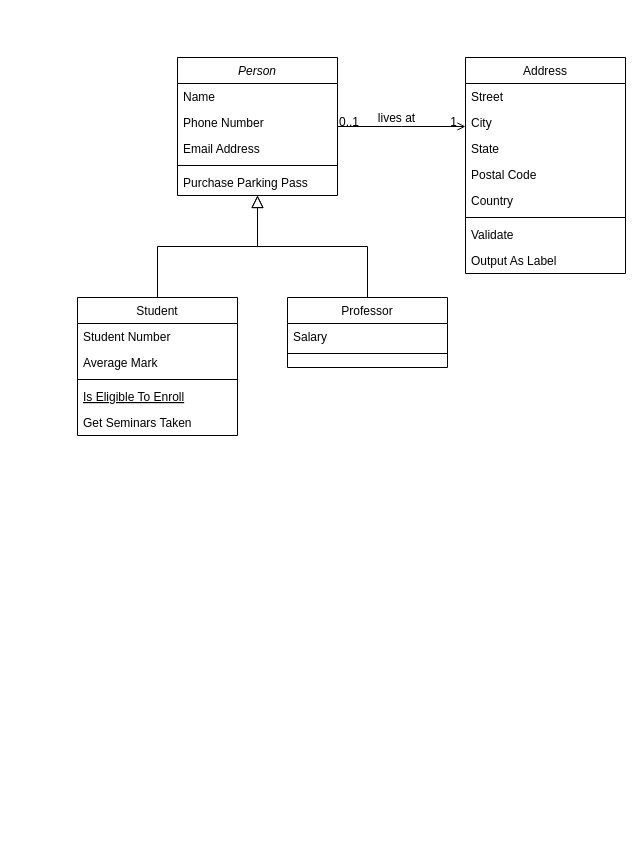
Earlier version of the draw.io diagram Untitled Diagram.drawio (p-schlickmann/hospital). Source tidied: cells renumbered, new cells numbered last; positions are measured from the earlier drawing's top-left corner, leaving out a move shared by most shapes. Both pictures are drawn from the tidied source at 100%, with x=0, y=0 at pixel (77, 57).
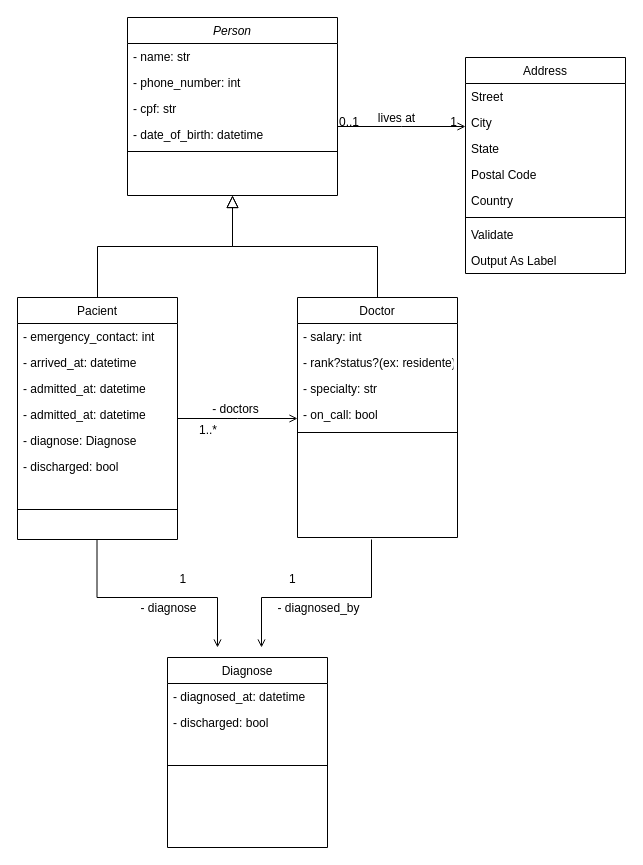
After the change.

Change to the diagram source:
```diff
@@
     <mxCell id="2" value="Person" style="swimlane;fontStyle=2;align=center;verticalAlign=top;horizontal=1;startSize=26;rounded=0;shadow=0;strokeWidth=1;" parent="1" vertex="1">
-      <mxGeometry x="100" width="160" height="138" as="geometry" />
+      <mxGeometry x="50" y="-40" width="210" height="178" as="geometry" />
     </mxCell>
-    <mxCell id="3" value="Name" style="text;align=left;verticalAlign=top;spacingLeft=4;spacingRight=4;overflow=hidden;" parent="2" vertex="1">
-      <mxGeometry y="26" width="160" height="26" as="geometry" />
+    <mxCell id="3" value="- name: str&#10;" style="text;align=left;verticalAlign=top;spacingLeft=4;spacingRight=4;overflow=hidden;" parent="2" vertex="1">
+      <mxGeometry y="26" width="210" height="26" as="geometry" />
     </mxCell>
-    <mxCell id="4" value="Phone Number" style="text;align=left;verticalAlign=top;spacingLeft=4;spacingRight=4;overflow=hidden;rounded=0;shadow=0;html=0;" parent="2" vertex="1">
-      <mxGeometry y="52" width="160" height="26" as="geometry" />
+    <mxCell id="4" value="- phone_number: int" style="text;align=left;verticalAlign=top;spacingLeft=4;spacingRight=4;overflow=hidden;rounded=0;shadow=0;html=0;" parent="2" vertex="1">
+      <mxGeometry y="52" width="210" height="26" as="geometry" />
     </mxCell>
-    <mxCell id="5" value="Email Address" style="text;align=left;verticalAlign=top;spacingLeft=4;spacingRight=4;overflow=hidden;rounded=0;shadow=0;html=0;" parent="2" vertex="1">
-      <mxGeometry y="78" width="160" height="26" as="geometry" />
+    <mxCell id="5" value="- cpf: str&#10;" style="text;align=left;verticalAlign=top;spacingLeft=4;spacingRight=4;overflow=hidden;rounded=0;shadow=0;html=0;" parent="2" vertex="1">
+      <mxGeometry y="78" width="210" height="26" as="geometry" />
     </mxCell>
+    <mxCell id="32" value="- date_of_birth: datetime&#10;" style="text;align=left;verticalAlign=top;spacingLeft=4;spacingRight=4;overflow=hidden;rounded=0;shadow=0;html=0;" parent="2" vertex="1">
+      <mxGeometry y="104" width="210" height="26" as="geometry" />
+    </mxCell>
     <mxCell id="6" style="line;html=1;strokeWidth=1;align=left;verticalAlign=middle;spacingTop=-1;spacingLeft=3;spacingRight=3;labelPosition=right;" parent="2" vertex="1">
-      <mxGeometry y="104" width="160" height="8" as="geometry" />
+      <mxGeometry y="130" width="210" height="8" as="geometry" />
     </mxCell>
-    <mxCell id="7" value="Purchase Parking Pass" style="text;align=left;verticalAlign=top;spacingLeft=4;spacingRight=4;overflow=hidden;" parent="2" vertex="1">
-      <mxGeometry y="112" width="160" height="26" as="geometry" />
-    </mxCell>
-    <mxCell id="8" value="Student" style="swimlane;fontStyle=0;align=center;verticalAlign=top;horizontal=1;startSize=26;rounded=0;shadow=0;strokeWidth=1;" parent="1" vertex="1">
-      <mxGeometry y="240" width="160" height="138" as="geometry" />
+    <mxCell id="8" value="Pacient" style="swimlane;fontStyle=0;align=center;verticalAlign=top;horizontal=1;startSize=26;rounded=0;shadow=0;strokeWidth=1;" parent="1" vertex="1">
+      <mxGeometry x="-60" y="240" width="160" height="242" as="geometry" />
     </mxCell>
-    <mxCell id="9" value="Student Number" style="text;align=left;verticalAlign=top;spacingLeft=4;spacingRight=4;overflow=hidden;" parent="8" vertex="1">
+    <mxCell id="9" value="- emergency_contact: int" style="text;align=left;verticalAlign=top;spacingLeft=4;spacingRight=4;overflow=hidden;" parent="8" vertex="1">
       <mxGeometry y="26" width="160" height="26" as="geometry" />
     </mxCell>
-    <mxCell id="10" value="Average Mark" style="text;align=left;verticalAlign=top;spacingLeft=4;spacingRight=4;overflow=hidden;rounded=0;shadow=0;html=0;" parent="8" vertex="1">
-      <mxGeometry y="52" width="160" height="26" as="geometry" />
-    </mxCell>
+    <mxCell id="33" value="- arrived_at: datetime&#10;" style="text;align=left;verticalAlign=top;spacingLeft=4;spacingRight=4;overflow=hidden;" parent="8" vertex="1">
+      <mxGeometry y="52" width="160" height="26" as="geometry" />
+    </mxCell>
+    <mxCell id="34" value="- admitted_at: datetime&#10;" style="text;align=left;verticalAlign=top;spacingLeft=4;spacingRight=4;overflow=hidden;" parent="8" vertex="1">
+      <mxGeometry y="78" width="160" height="26" as="geometry" />
+    </mxCell>
+    <mxCell id="35" value="- admitted_at: datetime&#10;" style="text;align=left;verticalAlign=top;spacingLeft=4;spacingRight=4;overflow=hidden;" parent="8" vertex="1">
+      <mxGeometry y="104" width="160" height="26" as="geometry" />
+    </mxCell>
+    <mxCell id="36" value="- diagnose: Diagnose&#10;" style="text;align=left;verticalAlign=top;spacingLeft=4;spacingRight=4;overflow=hidden;" parent="8" vertex="1">
+      <mxGeometry y="130" width="160" height="26" as="geometry" />
+    </mxCell>
+    <mxCell id="37" value="- discharged: bool&#10;" style="text;align=left;verticalAlign=top;spacingLeft=4;spacingRight=4;overflow=hidden;" parent="8" vertex="1">
+      <mxGeometry y="156" width="160" height="26" as="geometry" />
+    </mxCell>
     <mxCell id="11" style="line;html=1;strokeWidth=1;align=left;verticalAlign=middle;spacingTop=-1;spacingLeft=3;spacingRight=3;labelPosition=right;" parent="8" vertex="1">
-      <mxGeometry y="78" width="160" height="8" as="geometry" />
+      <mxGeometry y="182" width="160" height="60" as="geometry" />
     </mxCell>
-    <mxCell id="12" value="Is Eligible To Enroll" style="text;align=left;verticalAlign=top;spacingLeft=4;spacingRight=4;overflow=hidden;fontStyle=4;" parent="8" vertex="1">
-      <mxGeometry y="86" width="160" height="26" as="geometry" />
-    </mxCell>
-    <mxCell id="13" value="Get Seminars Taken" style="text;align=left;verticalAlign=top;spacingLeft=4;spacingRight=4;overflow=hidden;" parent="8" vertex="1">
-      <mxGeometry y="112" width="160" height="26" as="geometry" />
-    </mxCell>
@@
-    <mxCell id="15" value="Professor" style="swimlane;fontStyle=0;align=center;verticalAlign=top;horizontal=1;startSize=26;rounded=0;shadow=0;strokeWidth=1;" parent="1" vertex="1">
-      <mxGeometry x="210" y="240" width="160" height="70" as="geometry" />
+    <mxCell id="15" value="Doctor" style="swimlane;fontStyle=0;align=center;verticalAlign=top;horizontal=1;startSize=26;rounded=0;shadow=0;strokeWidth=1;" parent="1" vertex="1">
+      <mxGeometry x="220" y="240" width="160" height="240" as="geometry" />
     </mxCell>
-    <mxCell id="16" value="Salary" style="text;align=left;verticalAlign=top;spacingLeft=4;spacingRight=4;overflow=hidden;" parent="15" vertex="1">
+    <mxCell id="16" value="- salary: int" style="text;align=left;verticalAlign=top;spacingLeft=4;spacingRight=4;overflow=hidden;" parent="15" vertex="1">
       <mxGeometry y="26" width="160" height="26" as="geometry" />
     </mxCell>
+    <mxCell id="38" value="- rank?status?(ex: residente)" style="text;align=left;verticalAlign=top;spacingLeft=4;spacingRight=4;overflow=hidden;" parent="15" vertex="1">
+      <mxGeometry y="52" width="160" height="26" as="geometry" />
+    </mxCell>
+    <mxCell id="39" value="- specialty: str" style="text;align=left;verticalAlign=top;spacingLeft=4;spacingRight=4;overflow=hidden;" parent="15" vertex="1">
+      <mxGeometry y="78" width="160" height="26" as="geometry" />
+    </mxCell>
+    <mxCell id="40" value="- on_call: bool" style="text;align=left;verticalAlign=top;spacingLeft=4;spacingRight=4;overflow=hidden;" parent="15" vertex="1">
+      <mxGeometry y="104" width="160" height="26" as="geometry" />
+    </mxCell>
     <mxCell id="17" style="line;html=1;strokeWidth=1;align=left;verticalAlign=middle;spacingTop=-1;spacingLeft=3;spacingRight=3;labelPosition=right;" parent="15" vertex="1">
-      <mxGeometry y="52" width="160" height="8" as="geometry" />
+      <mxGeometry y="130" width="160" height="10" as="geometry" />
     </mxCell>
@@
+    <mxCell id="41" style="endArrow=open;shadow=0;strokeWidth=1;rounded=0;endFill=1;edgeStyle=elbowEdgeStyle;elbow=vertical;endSize=6;startSize=6;" parent="1" edge="1">
+      <mxGeometry x="0.5" y="41" relative="1" as="geometry">
+        <mxPoint x="100" y="361" as="sourcePoint" />
+        <mxPoint x="220" y="361" as="targetPoint" />
+        <mxPoint x="-40" y="32" as="offset" />
+      </mxGeometry>
+    </mxCell>
+    <mxCell id="42" value="1..*" style="align=left;verticalAlign=bottom;labelBackgroundColor=none;fontSize=12;" parent="41" vertex="1">
+      <mxGeometry x="-1" relative="1" as="geometry">
+        <mxPoint x="20" y="20" as="offset" />
+      </mxGeometry>
+    </mxCell>
+    <mxCell id="43" value="- doctors" style="text;html=1;align=center;verticalAlign=middle;labelBackgroundColor=none;rounded=0;shadow=0;strokeWidth=1;fontSize=12;" parent="41" vertex="1">
+      <mxGeometry x="0.5" y="49" relative="1" as="geometry">
+        <mxPoint x="-33" y="39" as="offset" />
+      </mxGeometry>
+    </mxCell>
+    <mxCell id="44" value="Diagnose" style="swimlane;fontStyle=0;align=center;verticalAlign=top;horizontal=1;startSize=26;rounded=0;shadow=0;strokeWidth=1;" parent="1" vertex="1">
+      <mxGeometry x="90" y="600" width="160" height="190" as="geometry" />
+    </mxCell>
+    <mxCell id="45" value="- diagnosed_at: datetime" style="text;align=left;verticalAlign=top;spacingLeft=4;spacingRight=4;overflow=hidden;" parent="44" vertex="1">
+      <mxGeometry y="26" width="160" height="26" as="geometry" />
+    </mxCell>
+    <mxCell id="46" value="- discharged: bool&#10;" style="text;align=left;verticalAlign=top;spacingLeft=4;spacingRight=4;overflow=hidden;" parent="44" vertex="1">
+      <mxGeometry y="52" width="160" height="26" as="geometry" />
+    </mxCell>
+    <mxCell id="47" style="line;html=1;strokeWidth=1;align=left;verticalAlign=middle;spacingTop=-1;spacingLeft=3;spacingRight=3;labelPosition=right;" parent="44" vertex="1">
+      <mxGeometry y="78" width="160" height="60" as="geometry" />
+    </mxCell>
+    <mxCell id="48" style="endArrow=open;shadow=0;strokeWidth=1;rounded=0;endFill=1;edgeStyle=elbowEdgeStyle;elbow=vertical;endSize=6;startSize=6;" parent="1" edge="1">
+      <mxGeometry x="0.5" y="41" relative="1" as="geometry">
+        <mxPoint x="19.5" y="482" as="sourcePoint" />
+        <mxPoint x="140" y="590" as="targetPoint" />
+        <Array as="points">
+          <mxPoint x="90" y="540" />
+          <mxPoint x="130" y="539" />
+          <mxPoint x="60" y="539" />
+        </Array>
+        <mxPoint x="-40" y="32" as="offset" />
+      </mxGeometry>
+    </mxCell>
+    <mxCell id="49" value="1" style="align=left;verticalAlign=bottom;labelBackgroundColor=none;fontSize=12;" parent="48" vertex="1">
+      <mxGeometry x="-1" relative="1" as="geometry">
+        <mxPoint x="81" y="48" as="offset" />
+      </mxGeometry>
+    </mxCell>
+    <mxCell id="50" value="- diagnose" style="text;html=1;align=center;verticalAlign=middle;labelBackgroundColor=none;rounded=0;shadow=0;strokeWidth=1;fontSize=12;" parent="48" vertex="1">
+      <mxGeometry x="0.5" y="49" relative="1" as="geometry">
+        <mxPoint x="-42" y="59" as="offset" />
+      </mxGeometry>
+    </mxCell>
+    <mxCell id="51" style="endArrow=open;shadow=0;strokeWidth=1;rounded=0;endFill=1;edgeStyle=elbowEdgeStyle;elbow=vertical;endSize=6;startSize=6;fontSize=10;" parent="1" edge="1">
+      <mxGeometry x="0.5" y="41" relative="1" as="geometry">
+        <mxPoint x="294" y="482" as="sourcePoint" />
+        <mxPoint x="184" y="590" as="targetPoint" />
+        <Array as="points">
+          <mxPoint x="240" y="540" />
+        </Array>
+        <mxPoint x="-40" y="32" as="offset" />
+      </mxGeometry>
+    </mxCell>
+    <mxCell id="52" value="1" style="align=left;verticalAlign=bottom;labelBackgroundColor=none;fontSize=12;" parent="51" vertex="1">
+      <mxGeometry x="-1" relative="1" as="geometry">
+        <mxPoint x="-84" y="48" as="offset" />
+      </mxGeometry>
+    </mxCell>
+    <mxCell id="53" value="- diagnosed_by" style="text;html=1;align=center;verticalAlign=middle;labelBackgroundColor=none;rounded=0;shadow=0;strokeWidth=1;fontSize=12;" parent="51" vertex="1">
+      <mxGeometry x="0.5" y="49" relative="1" as="geometry">
+        <mxPoint x="52" y="-39" as="offset" />
+      </mxGeometry>
+    </mxCell>
```
